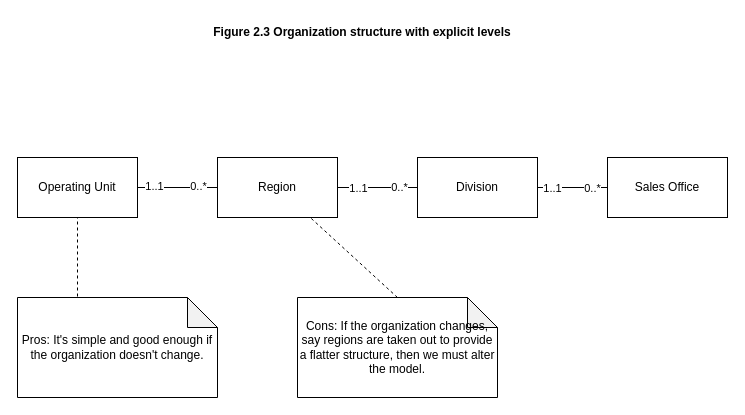
The draw.io diagram analysis-patterns-2-3-Organization-structure-with-explicit-levels.drawio in wubin28/analysis-patterns-diagrams-in-uml, before the edit. Source tidied: cells renumbered, new cells numbered last; positions are measured from the earlier drawing's top-left corner, leaving out a move shared by most shapes. Both pictures are drawn from the tidied source at 100%, with x=0, y=0 at pixel (17, 17).
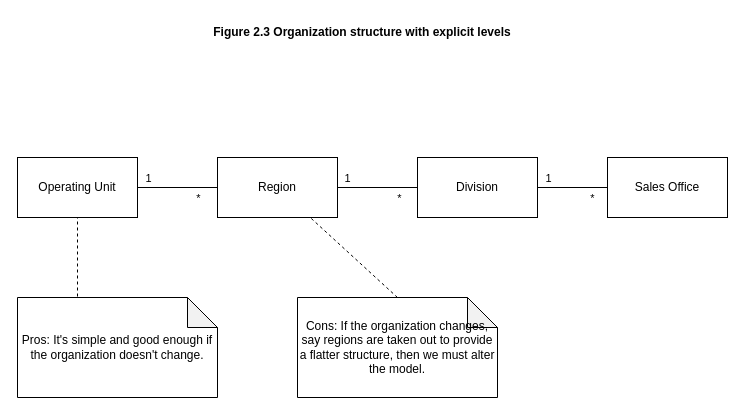
Above is the later version.

Commit message:
refactor: update multiplicities in figure 2.3

The change refers to these unchanged cells:
```xml
<mxCell id="3" style="edgeStyle=orthogonalEdgeStyle;rounded=0;jettySize=auto;html=1;entryX=0;entryY=0.5;entryDx=0;entryDy=0;endArrow=none;endFill=0;" parent="1" edge="1" source="6" target="10">
  <mxGeometry relative="1" as="geometry" />
</mxCell>
<mxCell id="7" style="edgeStyle=orthogonalEdgeStyle;rounded=0;jettySize=auto;html=1;entryX=0;entryY=0.5;entryDx=0;entryDy=0;endArrow=none;endFill=0;" parent="1" edge="1" source="10" target="11">
  <mxGeometry relative="1" as="geometry" />
</mxCell>
<mxCell id="12" style="endArrow=none;html=1;rounded=0;exitX=1;exitY=0.5;exitDx=0;exitDy=0;entryX=0;entryY=0.5;entryDx=0;entryDy=0;" parent="1" edge="1" source="2" target="6">
  <mxGeometry relative="1" as="geometry" />
</mxCell>
```

The edit, as a diff of the source:
```diff
@@
-    <mxCell id="4" value="1..1" style="edgeLabel;html=1;align=center;verticalAlign=middle;" parent="3" vertex="1">
+    <mxCell id="4" value="1" style="edgeLabel;html=1;align=center;verticalAlign=middle;" parent="3" vertex="1">
       <mxGeometry x="-0.34" relative="1" as="geometry">
-        <mxPoint x="-6" as="offset" />
+        <mxPoint x="-17" y="-10" as="offset" />
       </mxGeometry>
     </mxCell>
-    <mxCell id="5" value="0..*" style="edgeLabel;html=1;align=center;verticalAlign=middle;" parent="3" vertex="1">
-      <mxGeometry x="0.52" y="1" relative="1" as="geometry" />
+    <mxCell id="5" value="*" style="edgeLabel;html=1;align=center;verticalAlign=middle;" parent="3" vertex="1">
+      <mxGeometry x="0.52" y="1" relative="1" as="geometry">
+        <mxPoint y="11" as="offset" />
+      </mxGeometry>
     </mxCell>
@@
-    <mxCell id="8" value="1..1" style="edgeLabel;html=1;align=center;verticalAlign=middle;" parent="7" vertex="1">
-      <mxGeometry x="-0.59" relative="1" as="geometry" />
+    <mxCell id="8" value="1" style="edgeLabel;html=1;align=center;verticalAlign=middle;" parent="7" vertex="1">
+      <mxGeometry x="-0.59" relative="1" as="geometry">
+        <mxPoint x="-4" y="-10" as="offset" />
+      </mxGeometry>
     </mxCell>
-    <mxCell id="9" value="0..*" style="edgeLabel;html=1;align=center;verticalAlign=middle;" parent="7" vertex="1">
+    <mxCell id="9" value="*" style="edgeLabel;html=1;align=center;verticalAlign=middle;" parent="7" vertex="1">
       <mxGeometry x="0.53" y="-2" relative="1" as="geometry">
-        <mxPoint y="-2" as="offset" />
+        <mxPoint y="8" as="offset" />
       </mxGeometry>
     </mxCell>
@@
-    <mxCell id="13" value="1..1" style="edgeLabel;html=1;align=center;verticalAlign=middle;" parent="12" vertex="1">
-      <mxGeometry x="-0.6" y="2" relative="1" as="geometry" />
+    <mxCell id="13" value="1" style="edgeLabel;html=1;align=center;verticalAlign=middle;" parent="12" vertex="1">
+      <mxGeometry x="-0.6" y="2" relative="1" as="geometry">
+        <mxPoint x="-6" y="-8" as="offset" />
+      </mxGeometry>
     </mxCell>
-    <mxCell id="14" value="0..*" style="edgeLabel;html=1;align=center;verticalAlign=middle;" parent="12" vertex="1">
-      <mxGeometry x="0.49" y="2" relative="1" as="geometry" />
+    <mxCell id="14" value="*" style="edgeLabel;html=1;align=center;verticalAlign=middle;" parent="12" vertex="1">
+      <mxGeometry x="0.49" y="2" relative="1" as="geometry">
+        <mxPoint y="12" as="offset" />
+      </mxGeometry>
     </mxCell>
```
